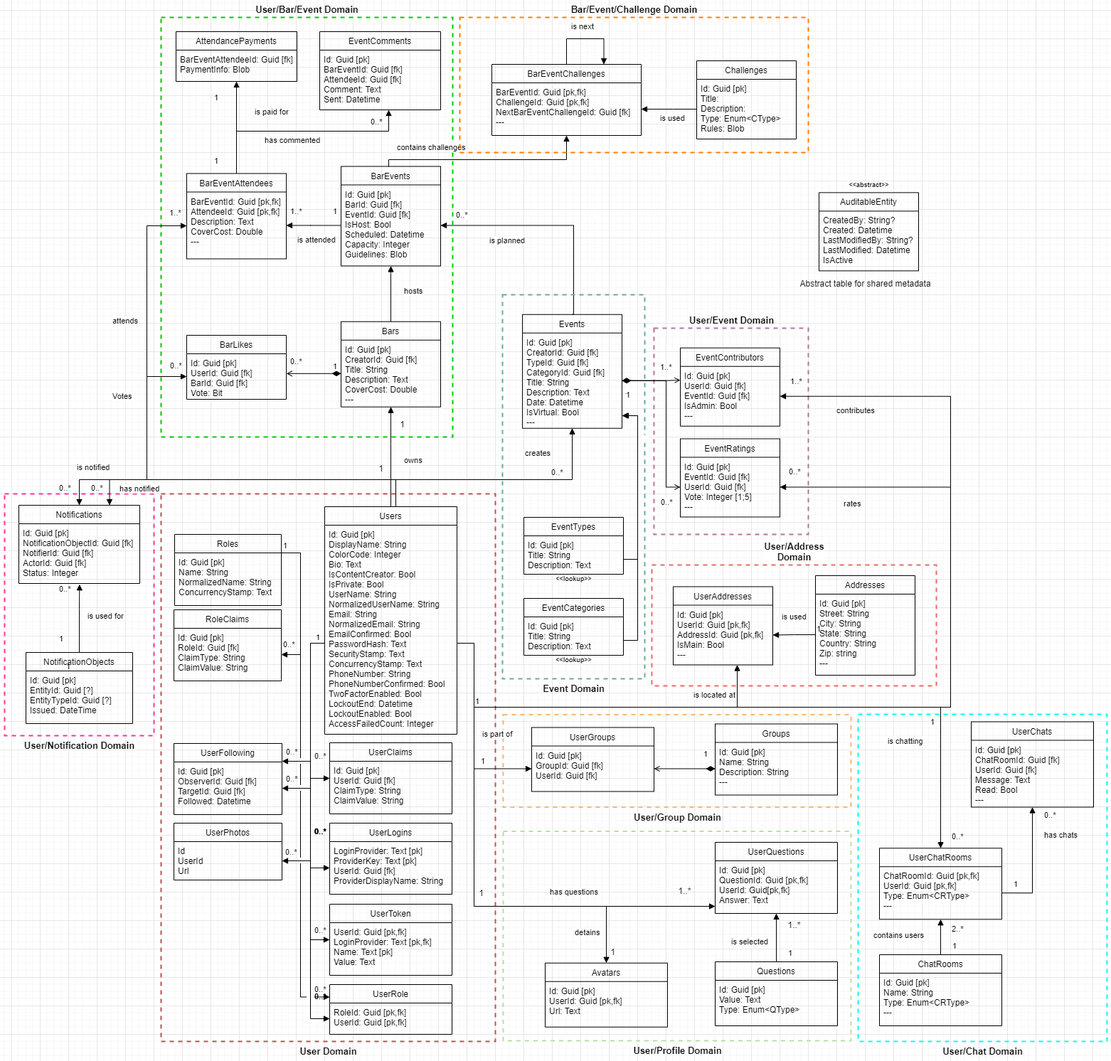
Earlier version of the draw.io export Documentation/Diagrams/Domain/class_uml.drawio.png (Super0silveR/DowntownApp-CAPSTONE). Source tidied: cells renumbered, new cells last; positions are measured from the earlier drawing's top-left corner, leaving out a move shared by most shapes.
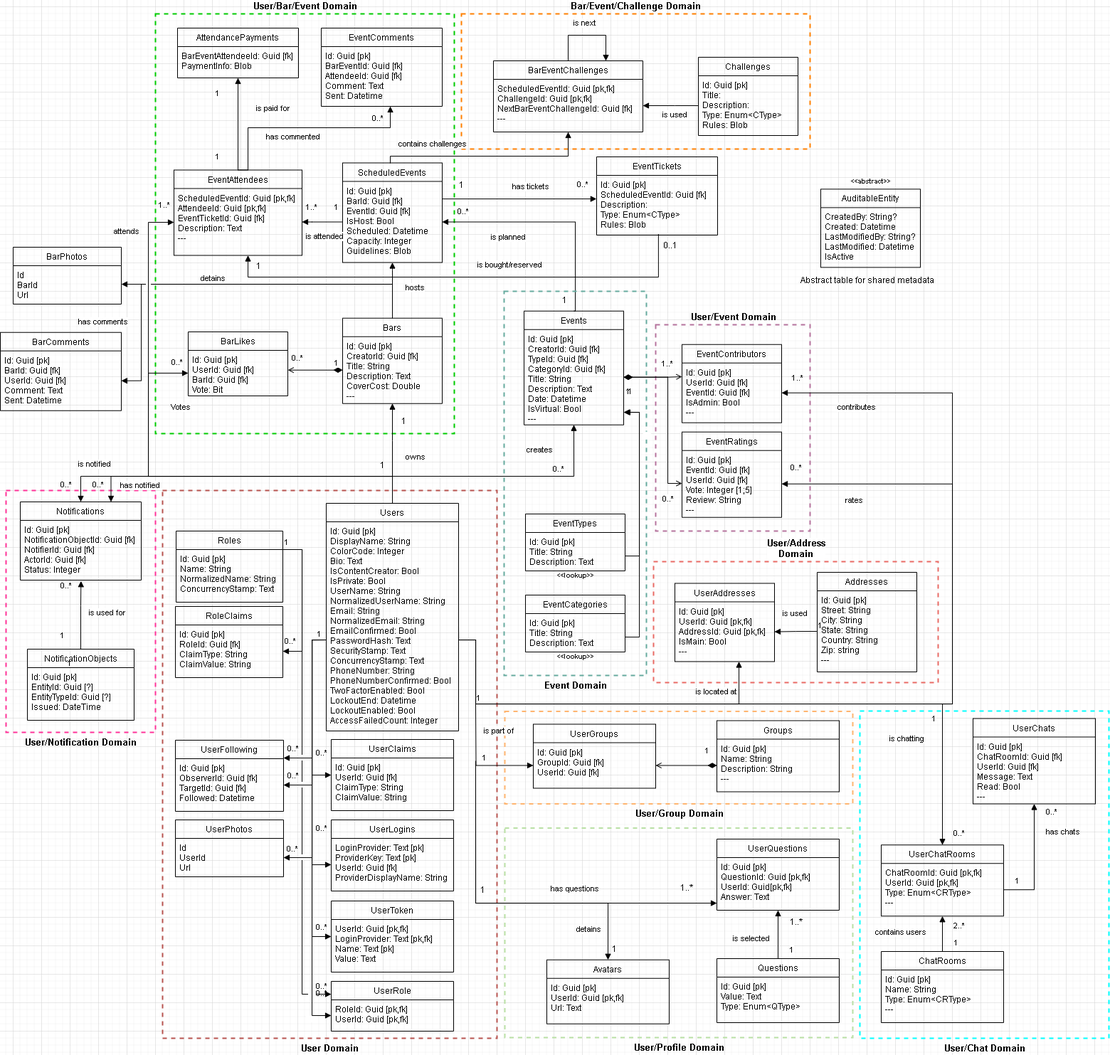
The same diagram one commit later.

Commit message:
updated database diagram to accomodate ticketing.

Change to the diagram source:
```diff
@@ -4,2 +4,71 @@
     <mxCell id="1" parent="0" />
+    <mxCell id="165" style="group;" parent="1" vertex="1">
+      <mxGeometry x="640" width="490" height="190" as="geometry" />
+    </mxCell>
+    <mxCell id="166" value="&lt;b&gt;&lt;font style=&quot;font-size: 13px;&quot;&gt;Bar/Event/Challenge Domain&lt;/font&gt;&lt;/b&gt;" style="verticalLabelPosition=top;verticalAlign=bottom;html=1;shape=mxgraph.basic.rect;fillColor2=none;strokeWidth=2;size=20;indent=5;fillColor=none;dashed=1;strokeColor=#FF8000;labelPosition=center;align=center;" parent="165" vertex="1">
+      <mxGeometry width="490" height="190" as="geometry" />
+    </mxCell>
+    <mxCell id="167" value="BarEventChallenges" style="swimlane;fontStyle=0;horizontal=1;startSize=26;fillColor=none;" parent="165" vertex="1">
+      <mxGeometry x="45" y="66" width="210" height="100" as="geometry" />
+    </mxCell>
+    <mxCell id="168" value="ScheduledEventId: Guid [pk,fk]&#10;ChallengeId: Guid [pk,fk]&#10;NextBarEventChallengeId: Guid [fk]&#10;---" style="text;strokeColor=none;fillColor=none;align=left;verticalAlign=top;spacingLeft=4;spacingRight=4;overflow=hidden;points=[[0,0.5],[1,0.5]];portConstraint=eastwest;fontStyle=0;" parent="167" vertex="1">
+      <mxGeometry y="26" width="210" height="74" as="geometry" />
+    </mxCell>
+    <mxCell id="169" value="is next" style="endArrow=block;endFill=1;html=1;align=left;verticalAlign=top;rounded=0;edgeStyle=orthogonalEdgeStyle;exitX=0.5;exitY=0;exitDx=0;exitDy=0;entryX=0.75;entryY=0;entryDx=0;entryDy=0;" parent="165" edge="1" source="167" target="167">
+      <mxGeometry x="-0.18" y="32" relative="1" as="geometry">
+        <Array as="points">
+          <mxPoint x="150" y="30" />
+          <mxPoint x="203" y="30" />
+          <mxPoint x="203" y="66" />
+        </Array>
+        <mxPoint x="-10" y="2" as="offset" />
+      </mxGeometry>
+    </mxCell>
+    <mxCell id="170" value="Challenges" style="swimlane;fontStyle=0;horizontal=1;startSize=26;fillColor=none;" parent="165" vertex="1">
+      <mxGeometry x="333" y="61" width="140" height="110" as="geometry" />
+    </mxCell>
+    <mxCell id="171" value="Id: Guid [pk]&#10;Title:&#10;Description:&#10;Type: Enum&lt;CType&gt;&#10;Rules: Blob" style="text;strokeColor=none;fillColor=none;align=left;verticalAlign=top;spacingLeft=4;spacingRight=4;overflow=hidden;points=[[0,0.5],[1,0.5]];portConstraint=eastwest;" parent="170" vertex="1">
+      <mxGeometry y="26" width="140" height="84" as="geometry" />
+    </mxCell>
+    <mxCell id="172" value="is used" style="endArrow=block;endFill=1;html=1;align=left;verticalAlign=top;rounded=0;edgeStyle=orthogonalEdgeStyle;exitX=0;exitY=0.5;exitDx=0;exitDy=0;entryX=1;entryY=0.5;entryDx=0;entryDy=0;" parent="165" edge="1" source="171" target="168">
+      <mxGeometry x="0.35" relative="1" as="geometry">
+        <Array as="points">
+          <mxPoint x="300" y="129" />
+          <mxPoint x="300" y="129" />
+        </Array>
+      </mxGeometry>
+    </mxCell>
+    <mxCell id="194" value="detains" style="endArrow=block;endFill=1;html=1;align=left;verticalAlign=top;rounded=0;edgeStyle=orthogonalEdgeStyle;exitX=0.5;exitY=0;exitDx=0;exitDy=0;entryX=1;entryY=0.5;entryDx=0;entryDy=0;" parent="1" edge="1" source="121" target="200">
+      <mxGeometry x="0.48" y="-21" relative="1" as="geometry">
+        <Array as="points">
+          <mxPoint x="543" y="380" />
+          <mxPoint x="162" y="380" />
+        </Array>
+      </mxGeometry>
+    </mxCell>
+    <mxCell id="195" value="0..*" style="edgeLabel;html=1;align=left;verticalAlign=bottom;labelBackgroundColor=none;" parent="194" vertex="1">
+      <mxGeometry x="-1" relative="1" as="geometry">
+        <mxPoint x="-143" y="64" as="offset" />
+      </mxGeometry>
+    </mxCell>
+    <mxCell id="196" value="has comments" style="endArrow=block;endFill=1;html=1;align=left;verticalAlign=top;rounded=0;edgeStyle=orthogonalEdgeStyle;exitX=0.5;exitY=0;exitDx=0;exitDy=0;entryX=1;entryY=0.5;entryDx=0;entryDy=0;" parent="1" edge="1" source="121" target="202">
+      <mxGeometry x="0.56" y="-90" relative="1" as="geometry">
+        <Array as="points">
+          <mxPoint x="543" y="380" />
+          <mxPoint x="190" y="380" />
+          <mxPoint x="190" y="516" />
+        </Array>
+      </mxGeometry>
+    </mxCell>
+    <mxCell id="197" value="0..*" style="edgeLabel;html=1;align=left;verticalAlign=bottom;labelBackgroundColor=none;" parent="196" vertex="1">
+      <mxGeometry x="-1" relative="1" as="geometry">
+        <mxPoint x="-143" y="64" as="offset" />
+      </mxGeometry>
+    </mxCell>
+    <mxCell id="198" style="verticalLabelPosition=bottom;verticalAlign=top;html=1;shape=mxgraph.basic.rect;fillColor2=none;strokeWidth=1;size=20;indent=0;strokeColor=#FFFFFF;fontSize=13;fontColor=none;fillColor=default;labelBackgroundColor=none;rotation=-90;" parent="1" vertex="1">
+      <mxGeometry x="197.5" y="376.5" width="5" height="6" as="geometry" />
+    </mxCell>
+    <mxCell id="6" value="&lt;b&gt;&lt;font style=&quot;font-size: 13px;&quot;&gt;User/Bar/Event Domain&lt;/font&gt;&lt;/b&gt;" style="verticalLabelPosition=top;verticalAlign=bottom;html=1;shape=mxgraph.basic.rect;fillColor2=none;strokeWidth=2;size=20;indent=5;fillColor=none;dashed=1;strokeColor=#00CC00;labelPosition=center;align=center;" parent="1" vertex="1">
+      <mxGeometry x="210" width="420" height="590" as="geometry" />
+    </mxCell>
     <mxCell id="2" value="&lt;b&gt;&lt;font style=&quot;font-size: 13px;&quot;&gt;User/Notification Domain&lt;/font&gt;&lt;/b&gt;" style="verticalLabelPosition=bottom;verticalAlign=top;html=1;shape=mxgraph.basic.rect;fillColor2=none;strokeWidth=2;size=20;indent=5;fillColor=none;dashed=1;strokeColor=#FF3399;" parent="1" vertex="1">
@@ -21,5 +90,2 @@
     </mxCell>
-    <mxCell id="6" value="&lt;b&gt;&lt;font style=&quot;font-size: 13px;&quot;&gt;User/Bar/Event Domain&lt;/font&gt;&lt;/b&gt;" style="verticalLabelPosition=top;verticalAlign=bottom;html=1;shape=mxgraph.basic.rect;fillColor2=none;strokeWidth=2;size=20;indent=5;fillColor=none;dashed=1;strokeColor=#00CC00;labelPosition=center;align=center;" parent="1" vertex="1">
-      <mxGeometry x="220" width="410" height="590" as="geometry" />
-    </mxCell>
     <mxCell id="7" value="contributes" style="endArrow=block;endFill=1;html=1;align=left;verticalAlign=top;rounded=0;exitX=1;exitY=0.5;exitDx=0;exitDy=0;edgeStyle=orthogonalEdgeStyle;entryX=1;entryY=0.5;entryDx=0;entryDy=0;" parent="1" edge="1" source="26" target="33">
@@ -225,6 +291,6 @@
     <mxCell id="51" value="EventRatings" style="swimlane;fontStyle=0;horizontal=1;startSize=26;fillColor=none;" parent="1" vertex="1">
-      <mxGeometry x="950" y="592.5" width="140" height="110" as="geometry" />
+      <mxGeometry x="950" y="587.8" width="140" height="120" as="geometry" />
     </mxCell>
-    <mxCell id="52" value="Id: Guid [pk]&#10;EventId: Guid [fk]&#10;UserId: Guid [fk]&#10;Vote: Integer [1;5]&#10;---&#10;" style="text;strokeColor=none;fillColor=none;align=left;verticalAlign=top;spacingLeft=4;spacingRight=4;overflow=hidden;points=[[0,0.5],[1,0.5]];portConstraint=eastwest;" parent="51" vertex="1">
-      <mxGeometry y="26" width="140" height="84" as="geometry" />
+    <mxCell id="52" value="Id: Guid [pk]&#10;EventId: Guid [fk]&#10;UserId: Guid [fk]&#10;Vote: Integer [1;5]&#10;Review: String&#10;---&#10;" style="text;strokeColor=none;fillColor=none;align=left;verticalAlign=top;spacingLeft=4;spacingRight=4;overflow=hidden;points=[[0,0.5],[1,0.5]];portConstraint=eastwest;" parent="51" vertex="1">
+      <mxGeometry y="26" width="140" height="94" as="geometry" />
     </mxCell>
@@ -537,3 +603,3 @@
     </mxCell>
-    <mxCell id="126" value="BarEvents" style="swimlane;fontStyle=0;horizontal=1;startSize=26;fillColor=none;" parent="1" vertex="1">
+    <mxCell id="126" value="ScheduledEvents" style="swimlane;fontStyle=0;horizontal=1;startSize=26;fillColor=none;" parent="1" vertex="1">
       <mxGeometry x="473" y="209.5" width="140" height="140" as="geometry" />
@@ -559,3 +625,3 @@
         <Array as="points">
-          <mxPoint x="326" y="160" />
+          <mxPoint x="340" y="160" />
           <mxPoint x="540" y="160" />
@@ -583,3 +649,3 @@
     <mxCell id="134" value="attends" style="endArrow=block;endFill=1;html=1;align=left;verticalAlign=top;rounded=0;exitX=0.5;exitY=0;exitDx=0;exitDy=0;edgeStyle=orthogonalEdgeStyle;" parent="1" edge="1" source="25" target="137">
-      <mxGeometry x="0.55" y="50" relative="1" as="geometry">
+      <mxGeometry x="0.91" y="-50" relative="1" as="geometry">
         <Array as="points">
@@ -589,2 +655,3 @@
         </Array>
+        <mxPoint x="-50" y="-50" as="offset" />
       </mxGeometry>
@@ -596,7 +663,7 @@
     </mxCell>
-    <mxCell id="136" value="BarEventAttendees" style="swimlane;fontStyle=0;horizontal=1;startSize=26;fillColor=none;" parent="1" vertex="1">
-      <mxGeometry x="256" y="219.5" width="140" height="120" as="geometry" />
+    <mxCell id="136" value="EventAttendees" style="swimlane;fontStyle=0;horizontal=1;startSize=26;fillColor=none;" parent="1" vertex="1">
+      <mxGeometry x="236" y="219.5" width="180" height="120" as="geometry" />
     </mxCell>
-    <mxCell id="137" value="BarEventId: Guid [pk,fk]&#10;AttendeeId: Guid [pk,fk]&#10;Description: Text&#10;CoverCost: Double&#10;---&#10;" style="text;strokeColor=none;fillColor=none;align=left;verticalAlign=top;spacingLeft=4;spacingRight=4;overflow=hidden;points=[[0,0.5],[1,0.5]];portConstraint=eastwest;" parent="136" vertex="1">
-      <mxGeometry y="26" width="140" height="94" as="geometry" />
+    <mxCell id="137" value="ScheduledEventId: Guid [pk,fk]&#10;AttendeeId: Guid [pk,fk]&#10;EventTicketId: Guid [fk]&#10;Description: Text&#10;---&#10;" style="text;strokeColor=none;fillColor=none;align=left;verticalAlign=top;spacingLeft=4;spacingRight=4;overflow=hidden;points=[[0,0.5],[1,0.5]];portConstraint=eastwest;" parent="136" vertex="1">
+      <mxGeometry y="26" width="180" height="94" as="geometry" />
     </mxCell>
@@ -606,3 +673,3 @@
     <mxCell id="139" value="is attended" style="endArrow=block;endFill=1;html=1;align=left;verticalAlign=top;rounded=0;edgeStyle=orthogonalEdgeStyle;exitX=0;exitY=0.5;exitDx=0;exitDy=0;entryX=1;entryY=0.5;entryDx=0;entryDy=0;" parent="1" edge="1" source="127" target="137">
-      <mxGeometry x="0.64" y="7" relative="1" as="geometry">
+      <mxGeometry x="0.86" y="7" relative="1" as="geometry">
         <Array as="points">
@@ -615,3 +682,3 @@
       <mxGeometry x="-1" relative="1" as="geometry">
-        <mxPoint x="-73" y="-12" as="offset" />
+        <mxPoint x="-53" y="-12" as="offset" />
       </mxGeometry>
@@ -713,38 +780,2 @@
     </mxCell>
-    <mxCell id="165" style="group;" parent="1" vertex="1">
-      <mxGeometry x="640" width="490" height="190" as="geometry" />
-    </mxCell>
-    <mxCell id="166" value="&lt;b&gt;&lt;font style=&quot;font-size: 13px;&quot;&gt;Bar/Event/Challenge Domain&lt;/font&gt;&lt;/b&gt;" style="verticalLabelPosition=top;verticalAlign=bottom;html=1;shape=mxgraph.basic.rect;fillColor2=none;strokeWidth=2;size=20;indent=5;fillColor=none;dashed=1;strokeColor=#FF8000;labelPosition=center;align=center;" parent="165" vertex="1">
-      <mxGeometry width="490" height="190" as="geometry" />
-    </mxCell>
-    <mxCell id="167" value="BarEventChallenges" style="swimlane;fontStyle=0;horizontal=1;startSize=26;fillColor=none;" parent="165" vertex="1">
-      <mxGeometry x="45" y="66" width="210" height="100" as="geometry" />
-    </mxCell>
-    <mxCell id="168" value="BarEventId: Guid [pk,fk]&#10;ChallengeId: Guid [pk,fk]&#10;NextBarEventChallengeId: Guid [fk]&#10;---" style="text;strokeColor=none;fillColor=none;align=left;verticalAlign=top;spacingLeft=4;spacingRight=4;overflow=hidden;points=[[0,0.5],[1,0.5]];portConstraint=eastwest;fontStyle=0;" parent="167" vertex="1">
-      <mxGeometry y="26" width="210" height="74" as="geometry" />
-    </mxCell>
-    <mxCell id="169" value="is next" style="endArrow=block;endFill=1;html=1;align=left;verticalAlign=top;rounded=0;edgeStyle=orthogonalEdgeStyle;exitX=0.5;exitY=0;exitDx=0;exitDy=0;entryX=0.75;entryY=0;entryDx=0;entryDy=0;" parent="165" edge="1" source="167" target="167">
-      <mxGeometry x="-0.18" y="32" relative="1" as="geometry">
-        <Array as="points">
-          <mxPoint x="150" y="30" />
-          <mxPoint x="203" y="30" />
-          <mxPoint x="203" y="66" />
-        </Array>
-        <mxPoint x="-10" y="2" as="offset" />
-      </mxGeometry>
-    </mxCell>
-    <mxCell id="170" value="Challenges" style="swimlane;fontStyle=0;horizontal=1;startSize=26;fillColor=none;" parent="165" vertex="1">
-      <mxGeometry x="333" y="61" width="140" height="110" as="geometry" />
-    </mxCell>
-    <mxCell id="171" value="Id: Guid [pk]&#10;Title:&#10;Description:&#10;Type: Enum&lt;CType&gt;&#10;Rules: Blob" style="text;strokeColor=none;fillColor=none;align=left;verticalAlign=top;spacingLeft=4;spacingRight=4;overflow=hidden;points=[[0,0.5],[1,0.5]];portConstraint=eastwest;" parent="170" vertex="1">
-      <mxGeometry y="26" width="140" height="84" as="geometry" />
-    </mxCell>
-    <mxCell id="172" value="is used" style="endArrow=block;endFill=1;html=1;align=left;verticalAlign=top;rounded=0;edgeStyle=orthogonalEdgeStyle;exitX=0;exitY=0.5;exitDx=0;exitDy=0;entryX=1;entryY=0.5;entryDx=0;entryDy=0;" parent="165" edge="1" source="171" target="168">
-      <mxGeometry x="0.35" relative="1" as="geometry">
-        <Array as="points">
-          <mxPoint x="300" y="129" />
-          <mxPoint x="300" y="129" />
-        </Array>
-      </mxGeometry>
-    </mxCell>
     <mxCell id="173" value="1" style="endArrow=open;html=1;endSize=6;startArrow=diamondThin;startSize=10;startFill=1;align=left;verticalAlign=bottom;rounded=0;exitX=1;exitY=0.5;exitDx=0;exitDy=0;edgeStyle=orthogonalEdgeStyle;" parent="1" edge="1" source="28">
@@ -776,3 +807,3 @@
     <mxCell id="177" value="Votes" style="endArrow=block;endFill=1;html=1;align=left;verticalAlign=top;rounded=0;exitX=0.5;exitY=0;exitDx=0;exitDy=0;edgeStyle=orthogonalEdgeStyle;entryX=0;entryY=0.5;entryDx=0;entryDy=0;" parent="1" edge="1" source="25" target="68">
-      <mxGeometry x="0.76" y="50" relative="1" as="geometry">
+      <mxGeometry x="0.69" y="-30" relative="1" as="geometry">
         <Array as="points">
@@ -790,3 +821,5 @@
     <mxCell id="179" value="1..*" style="edgeLabel;html=1;align=left;verticalAlign=bottom;labelBackgroundColor=none;" parent="1" vertex="1">
-      <mxGeometry x="230" y="283" as="geometry" />
+      <mxGeometry x="220" y="279.5" as="geometry">
+        <mxPoint x="-7" y="-2" as="offset" />
+      </mxGeometry>
     </mxCell>
@@ -821,4 +854,3 @@
         <Array as="points">
-          <mxPoint x="550" y="688" />
-          <mxPoint x="550" y="650" />
+          <mxPoint x="543" y="650" />
           <mxPoint x="148" y="650" />
@@ -859,2 +891,52 @@
     </mxCell>
+    <mxCell id="199" value="BarPhotos" style="swimlane;fontStyle=0;horizontal=1;startSize=26;fillColor=none;labelBackgroundColor=none;" parent="1" vertex="1">
+      <mxGeometry x="10" y="328" width="152" height="80" as="geometry" />
+    </mxCell>
+    <mxCell id="200" value="Id&#10;BarId&#10;Url" style="text;strokeColor=none;fillColor=none;align=left;verticalAlign=top;spacingLeft=4;spacingRight=4;overflow=hidden;points=[[0,0.5],[1,0.5]];portConstraint=eastwest;labelBackgroundColor=none;" parent="199" vertex="1">
+      <mxGeometry y="26" width="152" height="54" as="geometry" />
+    </mxCell>
+    <mxCell id="201" value="BarComments" style="swimlane;fontStyle=0;horizontal=1;startSize=26;fillColor=none;" parent="1" vertex="1">
+      <mxGeometry x="-8" y="447.8" width="170" height="110" as="geometry" />
+    </mxCell>
+    <mxCell id="202" value="Id: Guid [pk]&#10;BarId: Guid [fk]&#10;UserId: Guid [fk]&#10;Comment: Text&#10;Sent: Datetime" style="text;strokeColor=none;fillColor=none;align=left;verticalAlign=top;spacingLeft=4;spacingRight=4;overflow=hidden;points=[[0,0.5],[1,0.5]];portConstraint=eastwest;" parent="201" vertex="1">
+      <mxGeometry y="26" width="170" height="84" as="geometry" />
+    </mxCell>
+    <mxCell id="203" value="EventTickets" style="swimlane;fontStyle=0;horizontal=1;startSize=26;fillColor=none;" parent="1" vertex="1">
+      <mxGeometry x="830" y="201" width="170" height="110" as="geometry" />
+    </mxCell>
+    <mxCell id="204" value="Id: Guid [pk]&#10;ScheduledEventId: Guid [fk]&#10;Description:&#10;Type: Enum&lt;CType&gt;&#10;Rules: Blob" style="text;strokeColor=none;fillColor=none;align=left;verticalAlign=top;spacingLeft=4;spacingRight=4;overflow=hidden;points=[[0,0.5],[1,0.5]];portConstraint=eastwest;" parent="203" vertex="1">
+      <mxGeometry y="26" width="170" height="84" as="geometry" />
+    </mxCell>
+    <mxCell id="205" value="has tickets" style="endArrow=block;endFill=1;html=1;align=left;verticalAlign=top;rounded=0;edgeStyle=orthogonalEdgeStyle;entryX=-0.001;entryY=0.394;entryDx=0;entryDy=0;entryPerimeter=0;exitX=1;exitY=0.232;exitDx=0;exitDy=0;exitPerimeter=0;" parent="1" edge="1" source="127" target="204">
+      <mxGeometry x="-0.1" y="30" relative="1" as="geometry">
+        <Array as="points">
+          <mxPoint x="613" y="260" />
+        </Array>
+      </mxGeometry>
+    </mxCell>
+    <mxCell id="206" value="is bought/reserved" style="endArrow=block;endFill=1;html=1;align=left;verticalAlign=top;rounded=0;exitX=0.511;exitY=0.982;exitDx=0;exitDy=0;edgeStyle=orthogonalEdgeStyle;exitPerimeter=0;" parent="1" edge="1" source="204" target="137">
+      <mxGeometry x="-0.05" y="-30" relative="1" as="geometry">
+        <Array as="points">
+          <mxPoint x="917" y="370" />
+          <mxPoint x="340" y="370" />
+        </Array>
+      </mxGeometry>
+    </mxCell>
+    <mxCell id="207" value="0..*" style="edgeLabel;html=1;align=left;verticalAlign=bottom;" parent="1" vertex="1">
+      <mxGeometry x="820" y="240" as="geometry">
+        <mxPoint x="-19" y="8" as="offset" />
+      </mxGeometry>
+    </mxCell>
+    <mxCell id="208" value="1" style="text;html=1;align=center;verticalAlign=middle;strokeColor=none;fillColor=none;" parent="1" vertex="1">
+      <mxGeometry x="770" y="387.8" width="30" height="30" as="geometry" />
+    </mxCell>
+    <mxCell id="209" value="1" style="text;html=1;align=center;verticalAlign=middle;strokeColor=none;fillColor=none;" parent="1" vertex="1">
+      <mxGeometry x="625" y="226.4" width="30" height="30" as="geometry" />
+    </mxCell>
+    <mxCell id="210" value="0..1" style="text;html=1;align=center;verticalAlign=middle;strokeColor=none;fillColor=none;" parent="1" vertex="1">
+      <mxGeometry x="913" y="311" width="40" height="30" as="geometry" />
+    </mxCell>
+    <mxCell id="211" value="1" style="text;html=1;align=center;verticalAlign=middle;strokeColor=none;fillColor=none;" parent="1" vertex="1">
+      <mxGeometry x="340" y="340" width="30" height="30" as="geometry" />
+    </mxCell>
   </root>
```
